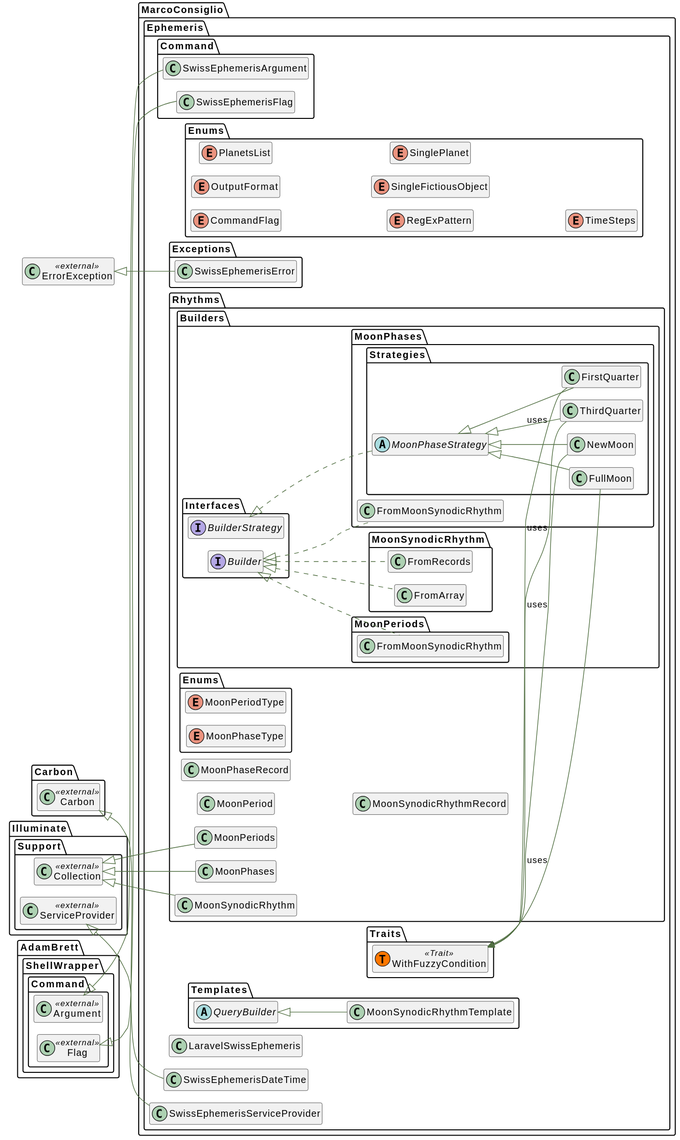
Above: docs/html/graphs/classes.svg in MarcoConsiglio/laravel-swiss-ephemeris (PlantUML), before the change.
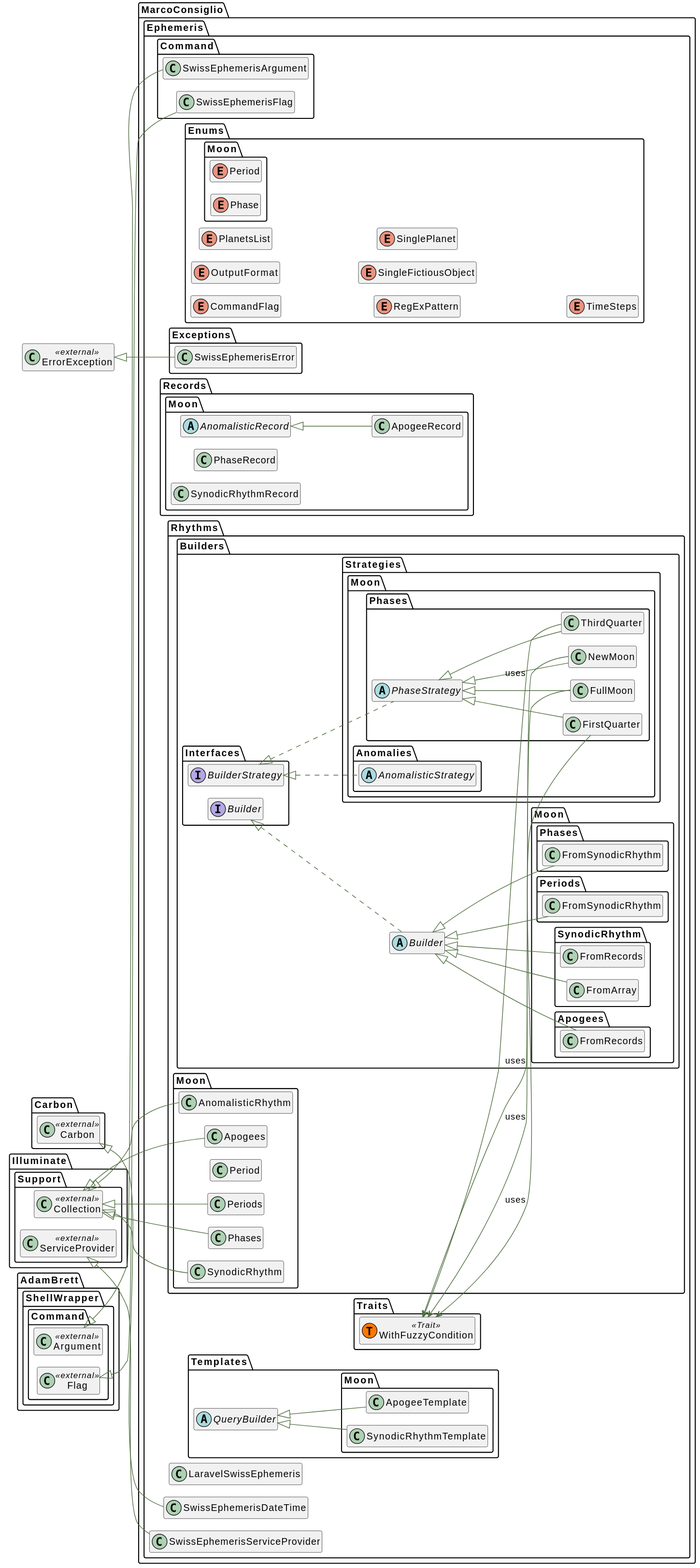
The same diagram one commit later.

The edit, as a diff of the source:
```diff
@@ -77,106 +77,138 @@
     enum "TimeSteps" as TimeSteps__enum {
     }
 }
+namespace MarcoConsiglio\\Ephemeris\\Enums\\Moon {
+    enum "Period" as Period__enum {
+    }
+}
+namespace MarcoConsiglio\\Ephemeris\\Enums\\Moon {
+    enum "Phase" as Phase__enum {
+    }
+}
 class "ErrorException" as ErrorException__class << external >>{
 }
 namespace MarcoConsiglio\\Ephemeris\\Exceptions {
      class "SwissEphemerisError" as SwissEphemerisError__class   extends \\ErrorException__class  {
     }
 }
-namespace MarcoConsiglio\\Ephemeris\\Rhythms {
-     class "MoonPeriod" as MoonPeriod__class    {
+namespace MarcoConsiglio\\Ephemeris\\Records\\Moon {
+    abstract  class "AnomalisticRecord" as AnomalisticRecord__class    {
+    }
+}
+namespace MarcoConsiglio\\Ephemeris\\Records\\Moon {
+     class "ApogeeRecord" as ApogeeRecord__class   extends \\MarcoConsiglio\\Ephemeris\\Records\\Moon\\AnomalisticRecord__class  {
+    }
+}
+namespace MarcoConsiglio\\Ephemeris\\Records\\Moon {
+     class "PhaseRecord" as PhaseRecord__class    {
+    }
+}
+namespace MarcoConsiglio\\Ephemeris\\Records\\Moon {
+     class "SynodicRhythmRecord" as SynodicRhythmRecord__class    {
+    }
+}
+namespace MarcoConsiglio\\Ephemeris\\Rhythms\\Builders\\Interfaces {
+    interface "Builder" as Builder__interface  {
+    }
+}
+namespace MarcoConsiglio\\Ephemeris\\Rhythms\\Builders {
+    abstract  class "Builder" as Builder__class    implements \\MarcoConsiglio\\Ephemeris\\Rhythms\\Builders\\Interfaces\\Builder__interface {
+    }
+}
+namespace MarcoConsiglio\\Ephemeris\\Rhythms\\Builders\\Interfaces {
+    interface "BuilderStrategy" as BuilderStrategy__interface  {
+    }
+}
+namespace MarcoConsiglio\\Ephemeris\\Rhythms\\Builders\\Moon\\Apogees {
+     class "FromRecords" as FromRecords__class   extends \\MarcoConsiglio\\Ephemeris\\Rhythms\\Builders\\Builder__class  {
+    }
+}
+namespace MarcoConsiglio\\Ephemeris\\Rhythms\\Builders\\Moon\\Periods {
+     class "FromSynodicRhythm" as FromSynodicRhythm__class   extends \\MarcoConsiglio\\Ephemeris\\Rhythms\\Builders\\Builder__class  {
+    }
+}
+namespace MarcoConsiglio\\Ephemeris\\Rhythms\\Builders\\Moon\\Phases {
+     class "FromSynodicRhythm" as FromSynodicRhythm__class   extends \\MarcoConsiglio\\Ephemeris\\Rhythms\\Builders\\Builder__class  {
+    }
+}
+namespace MarcoConsiglio\\Ephemeris\\Rhythms\\Builders\\Moon\\SynodicRhythm {
+     class "FromArray" as FromArray__class   extends \\MarcoConsiglio\\Ephemeris\\Rhythms\\Builders\\Builder__class  {
+    }
+}
+namespace MarcoConsiglio\\Ephemeris\\Rhythms\\Builders\\Moon\\SynodicRhythm {
+     class "FromRecords" as FromRecords__class   extends \\MarcoConsiglio\\Ephemeris\\Rhythms\\Builders\\Builder__class  {
+    }
+}
+namespace MarcoConsiglio\\Ephemeris\\Rhythms\\Builders\\Strategies\\Moon\\Anomalies {
+    abstract  class "AnomalisticStrategy" as AnomalisticStrategy__class    implements \\MarcoConsiglio\\Ephemeris\\Rhythms\\Builders\\Interfaces\\BuilderStrategy__interface {
+    }
+}
+namespace MarcoConsiglio\\Ephemeris\\Rhythms\\Builders\\Strategies\\Moon\\Phases {
+    abstract  class "PhaseStrategy" as PhaseStrategy__class    implements \\MarcoConsiglio\\Ephemeris\\Rhythms\\Builders\\Interfaces\\BuilderStrategy__interface {
+    }
+}
+namespace MarcoConsiglio\\Ephemeris\\Traits {
+    class "WithFuzzyCondition"  as WithFuzzyCondition__trait << (T,#FF7700) Trait >> {
+    }
+}
+\\MarcoConsiglio\\Ephemeris\\Traits\\WithFuzzyCondition__trait <-- \\MarcoConsiglio\\Ephemeris\\Rhythms\\Builders\\Strategies\\Moon\\Phases\\FirstQuarter__class : uses
+namespace MarcoConsiglio\\Ephemeris\\Rhythms\\Builders\\Strategies\\Moon\\Phases {
+     class "FirstQuarter" as FirstQuarter__class   extends \\MarcoConsiglio\\Ephemeris\\Rhythms\\Builders\\Strategies\\Moon\\Phases\\PhaseStrategy__class  {
+    }
+}
+\\MarcoConsiglio\\Ephemeris\\Traits\\WithFuzzyCondition__trait <-- \\MarcoConsiglio\\Ephemeris\\Rhythms\\Builders\\Strategies\\Moon\\Phases\\FullMoon__class : uses
+namespace MarcoConsiglio\\Ephemeris\\Rhythms\\Builders\\Strategies\\Moon\\Phases {
+     class "FullMoon" as FullMoon__class   extends \\MarcoConsiglio\\Ephemeris\\Rhythms\\Builders\\Strategies\\Moon\\Phases\\PhaseStrategy__class  {
+    }
+}
+\\MarcoConsiglio\\Ephemeris\\Traits\\WithFuzzyCondition__trait <-- \\MarcoConsiglio\\Ephemeris\\Rhythms\\Builders\\Strategies\\Moon\\Phases\\NewMoon__class : uses
+namespace MarcoConsiglio\\Ephemeris\\Rhythms\\Builders\\Strategies\\Moon\\Phases {
+     class "NewMoon" as NewMoon__class   extends \\MarcoConsiglio\\Ephemeris\\Rhythms\\Builders\\Strategies\\Moon\\Phases\\PhaseStrategy__class  {
+    }
+}
+\\MarcoConsiglio\\Ephemeris\\Traits\\WithFuzzyCondition__trait <-- \\MarcoConsiglio\\Ephemeris\\Rhythms\\Builders\\Strategies\\Moon\\Phases\\ThirdQuarter__class : uses
+namespace MarcoConsiglio\\Ephemeris\\Rhythms\\Builders\\Strategies\\Moon\\Phases {
+     class "ThirdQuarter" as ThirdQuarter__class   extends \\MarcoConsiglio\\Ephemeris\\Rhythms\\Builders\\Strategies\\Moon\\Phases\\PhaseStrategy__class  {
     }
 }
 namespace Illuminate\\Support {
     class "Collection" as Collection__class << external >>{
     }
 }
-namespace MarcoConsiglio\\Ephemeris\\Rhythms {
-     class "MoonPeriods" as MoonPeriods__class   extends \\Illuminate\\Support\\Collection__class  {
+namespace MarcoConsiglio\\Ephemeris\\Rhythms\\Moon {
+     class "AnomalisticRhythm" as AnomalisticRhythm__class   extends \\Illuminate\\Support\\Collection__class  {
     }
 }
-namespace MarcoConsiglio\\Ephemeris\\Rhythms {
-     class "MoonPhaseRecord" as MoonPhaseRecord__class    {
+namespace MarcoConsiglio\\Ephemeris\\Rhythms\\Moon {
+     class "Apogees" as Apogees__class   extends \\Illuminate\\Support\\Collection__class  {
     }
 }
-namespace MarcoConsiglio\\Ephemeris\\Rhythms {
-     class "MoonPhases" as MoonPhases__class   extends \\Illuminate\\Support\\Collection__class  {
+namespace MarcoConsiglio\\Ephemeris\\Rhythms\\Moon {
+     class "Period" as Period__class    {
     }
 }
-namespace MarcoConsiglio\\Ephemeris\\Rhythms {
-     class "MoonSynodicRhythm" as MoonSynodicRhythm__class   extends \\Illuminate\\Support\\Collection__class  {
+namespace MarcoConsiglio\\Ephemeris\\Rhythms\\Moon {
+     class "Periods" as Periods__class   extends \\Illuminate\\Support\\Collection__class  {
     }
 }
-namespace MarcoConsiglio\\Ephemeris\\Rhythms {
-     class "MoonSynodicRhythmRecord" as MoonSynodicRhythmRecord__class    {
+namespace MarcoConsiglio\\Ephemeris\\Rhythms\\Moon {
+     class "Phases" as Phases__class   extends \\Illuminate\\Support\\Collection__class  {
     }
 }
-namespace MarcoConsiglio\\Ephemeris\\Rhythms\\Builders\\Interfaces {
-    interface "Builder" as Builder__interface  {
-    }
-}
-namespace MarcoConsiglio\\Ephemeris\\Rhythms\\Builders\\Interfaces {
-    interface "BuilderStrategy" as BuilderStrategy__interface  {
-    }
-}
-namespace MarcoConsiglio\\Ephemeris\\Rhythms\\Builders\\MoonPeriods {
-     class "FromMoonSynodicRhythm" as FromMoonSynodicRhythm__class    implements \\MarcoConsiglio\\Ephemeris\\Rhythms\\Builders\\Interfaces\\Builder__interface {
-    }
-}
-namespace MarcoConsiglio\\Ephemeris\\Rhythms\\Builders\\MoonPhases {
-     class "FromMoonSynodicRhythm" as FromMoonSynodicRhythm__class    implements \\MarcoConsiglio\\Ephemeris\\Rhythms\\Builders\\Interfaces\\Builder__interface {
-    }
-}
-namespace MarcoConsiglio\\Ephemeris\\Rhythms\\Builders\\MoonPhases\\Strategies {
-    abstract  class "MoonPhaseStrategy" as MoonPhaseStrategy__class    implements \\MarcoConsiglio\\Ephemeris\\Rhythms\\Builders\\Interfaces\\BuilderStrategy__interface {
-    }
-}
-namespace MarcoConsiglio\\Ephemeris\\Traits {
-    class "WithFuzzyCondition"  as WithFuzzyCondition__trait << (T,#FF7700) Trait >> {
-    }
-}
-\\MarcoConsiglio\\Ephemeris\\Traits\\WithFuzzyCondition__trait <-- \\MarcoConsiglio\\Ephemeris\\Rhythms\\Builders\\MoonPhases\\Strategies\\FirstQuarter__class : uses
-namespace MarcoConsiglio\\Ephemeris\\Rhythms\\Builders\\MoonPhases\\Strategies {
-     class "FirstQuarter" as FirstQuarter__class   extends \\MarcoConsiglio\\Ephemeris\\Rhythms\\Builders\\MoonPhases\\Strategies\\MoonPhaseStrategy__class  {
-    }
-}
-\\MarcoConsiglio\\Ephemeris\\Traits\\WithFuzzyCondition__trait <-- \\MarcoConsiglio\\Ephemeris\\Rhythms\\Builders\\MoonPhases\\Strategies\\FullMoon__class : uses
-namespace MarcoConsiglio\\Ephemeris\\Rhythms\\Builders\\MoonPhases\\Strategies {
-     class "FullMoon" as FullMoon__class   extends \\MarcoConsiglio\\Ephemeris\\Rhythms\\Builders\\MoonPhases\\Strategies\\MoonPhaseStrategy__class  {
-    }
-}
-\\MarcoConsiglio\\Ephemeris\\Traits\\WithFuzzyCondition__trait <-- \\MarcoConsiglio\\Ephemeris\\Rhythms\\Builders\\MoonPhases\\Strategies\\NewMoon__class : uses
-namespace MarcoConsiglio\\Ephemeris\\Rhythms\\Builders\\MoonPhases\\Strategies {
-     class "NewMoon" as NewMoon__class   extends \\MarcoConsiglio\\Ephemeris\\Rhythms\\Builders\\MoonPhases\\Strategies\\MoonPhaseStrategy__class  {
-    }
-}
-\\MarcoConsiglio\\Ephemeris\\Traits\\WithFuzzyCondition__trait <-- \\MarcoConsiglio\\Ephemeris\\Rhythms\\Builders\\MoonPhases\\Strategies\\ThirdQuarter__class : uses
-namespace MarcoConsiglio\\Ephemeris\\Rhythms\\Builders\\MoonPhases\\Strategies {
-     class "ThirdQuarter" as ThirdQuarter__class   extends \\MarcoConsiglio\\Ephemeris\\Rhythms\\Builders\\MoonPhases\\Strategies\\MoonPhaseStrategy__class  {
-    }
-}
-namespace MarcoConsiglio\\Ephemeris\\Rhythms\\Builders\\MoonSynodicRhythm {
-     class "FromArray" as FromArray__class    implements \\MarcoConsiglio\\Ephemeris\\Rhythms\\Builders\\Interfaces\\Builder__interface {
-    }
-}
-namespace MarcoConsiglio\\Ephemeris\\Rhythms\\Builders\\MoonSynodicRhythm {
-     class "FromRecords" as FromRecords__class    implements \\MarcoConsiglio\\Ephemeris\\Rhythms\\Builders\\Interfaces\\Builder__interface {
-    }
-}
-namespace MarcoConsiglio\\Ephemeris\\Rhythms\\Enums {
-    enum "MoonPeriodType" as MoonPeriodType__enum {
-    }
-}
-namespace MarcoConsiglio\\Ephemeris\\Rhythms\\Enums {
-    enum "MoonPhaseType" as MoonPhaseType__enum {
+namespace MarcoConsiglio\\Ephemeris\\Rhythms\\Moon {
+     class "SynodicRhythm" as SynodicRhythm__class   extends \\Illuminate\\Support\\Collection__class  {
     }
 }
 namespace MarcoConsiglio\\Ephemeris\\Templates {
     abstract  class "QueryBuilder" as QueryBuilder__class    {
     }
 }
-namespace MarcoConsiglio\\Ephemeris\\Templates {
-     class "MoonSynodicRhythmTemplate" as MoonSynodicRhythmTemplate__class   extends \\MarcoConsiglio\\Ephemeris\\Templates\\QueryBuilder__class  {
+namespace MarcoConsiglio\\Ephemeris\\Templates\\Moon {
+     class "ApogeeTemplate" as ApogeeTemplate__class   extends \\MarcoConsiglio\\Ephemeris\\Templates\\QueryBuilder__class  {
+    }
+}
+namespace MarcoConsiglio\\Ephemeris\\Templates\\Moon {
+     class "SynodicRhythmTemplate" as SynodicRhythmTemplate__class   extends \\MarcoConsiglio\\Ephemeris\\Templates\\QueryBuilder__class  {
     }
 }
 @enduml
```
